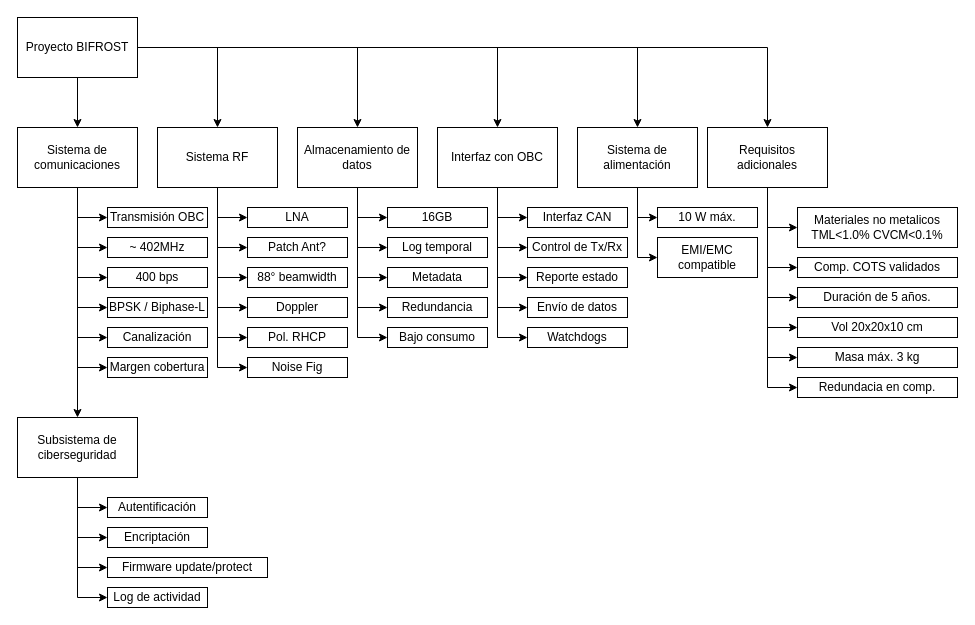
Earlier version of the draw.io diagram page "Requirements" (1 of 3) of BIFROST_TLD.drawio (Nayco-u/practica_dts). Source tidied: cells renumbered, new cells numbered last; positions are measured from the earlier drawing's top-left corner, leaving out a move shared by most shapes. Both pictures are drawn from the tidied source at 100%, with x=0, y=0 at pixel (17, 17).
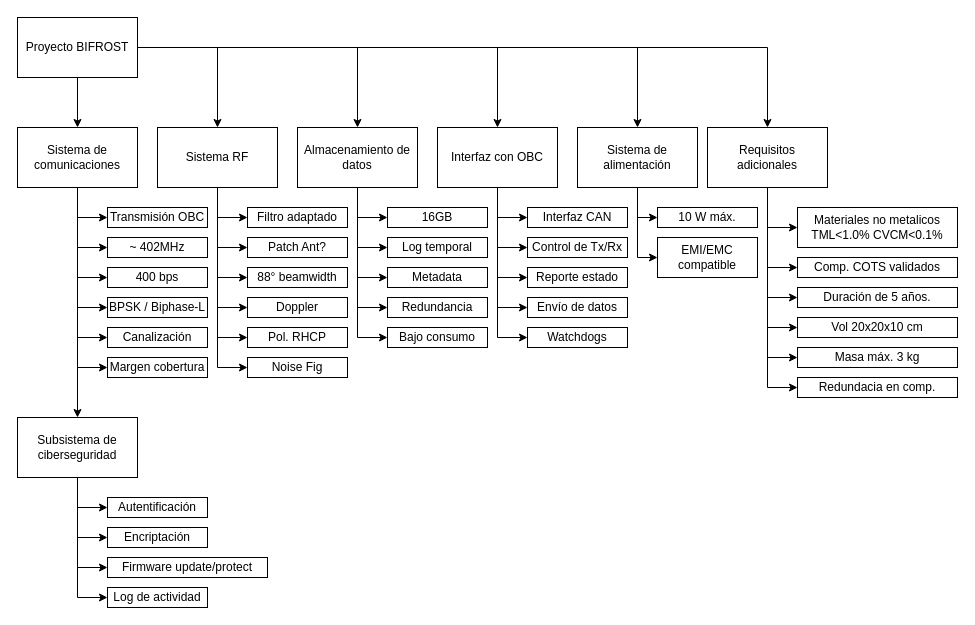
After the change.

Change to the diagram source:
```diff
@@
-    <mxCell id="45" value="LNA" style="whiteSpace=wrap;html=1;rounded=0;" parent="1" vertex="1">
+    <mxCell id="45" value="Filtro adaptado" style="whiteSpace=wrap;html=1;rounded=0;" parent="1" vertex="1">
       <mxGeometry x="230" y="190" width="100" height="20" as="geometry" />
     </mxCell>
```
